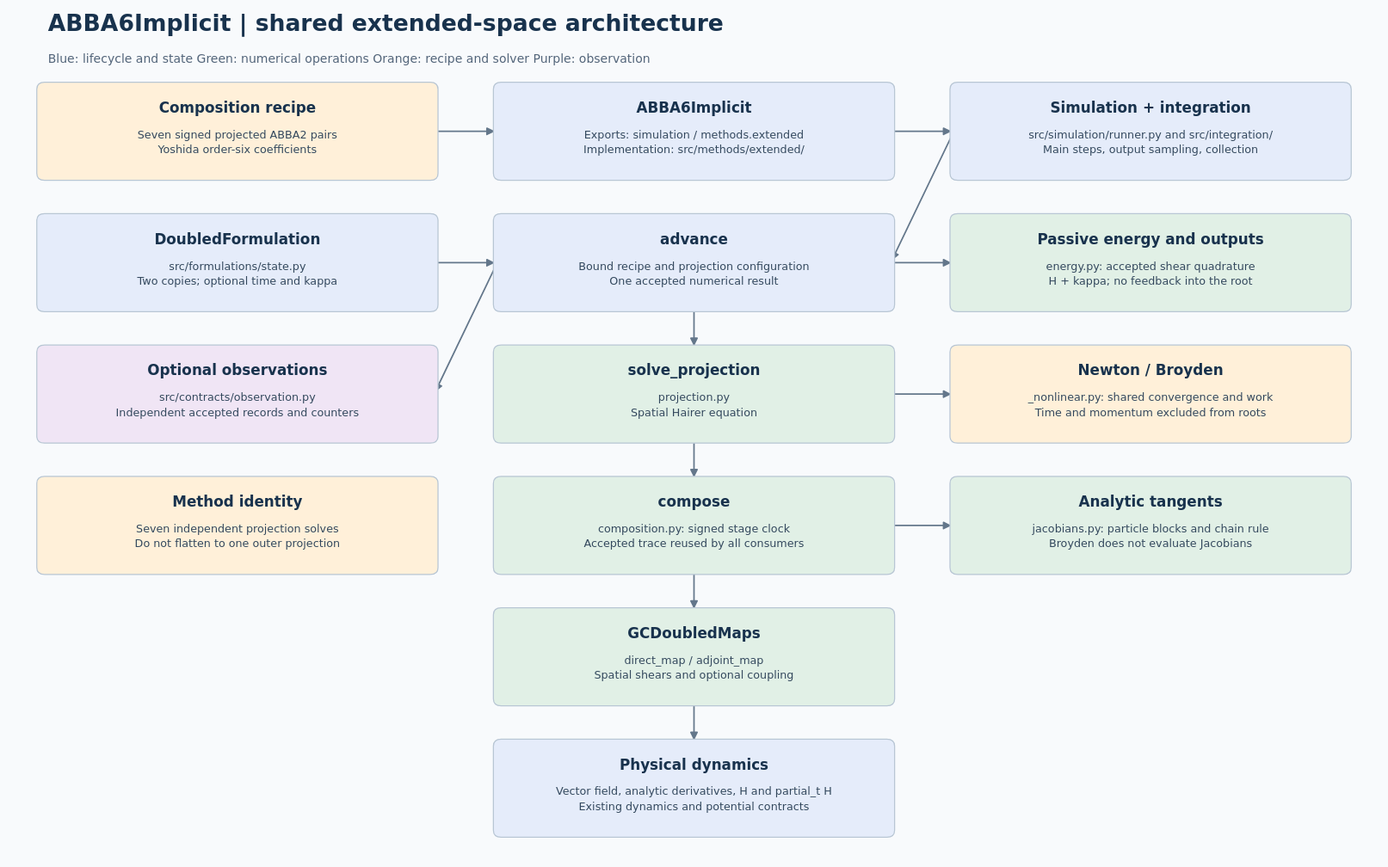
Jugibe-52/GC2D_intranet keeps this PlantUML diagram as docs/models/abba6-implicit/simulation/abba6-implicit-simulation-architecture.svg. Above is the earlier version. Its source is kept beside it as docs/models/abba6-implicit/simulation/abba6-implicit-simulation-architecture.puml.
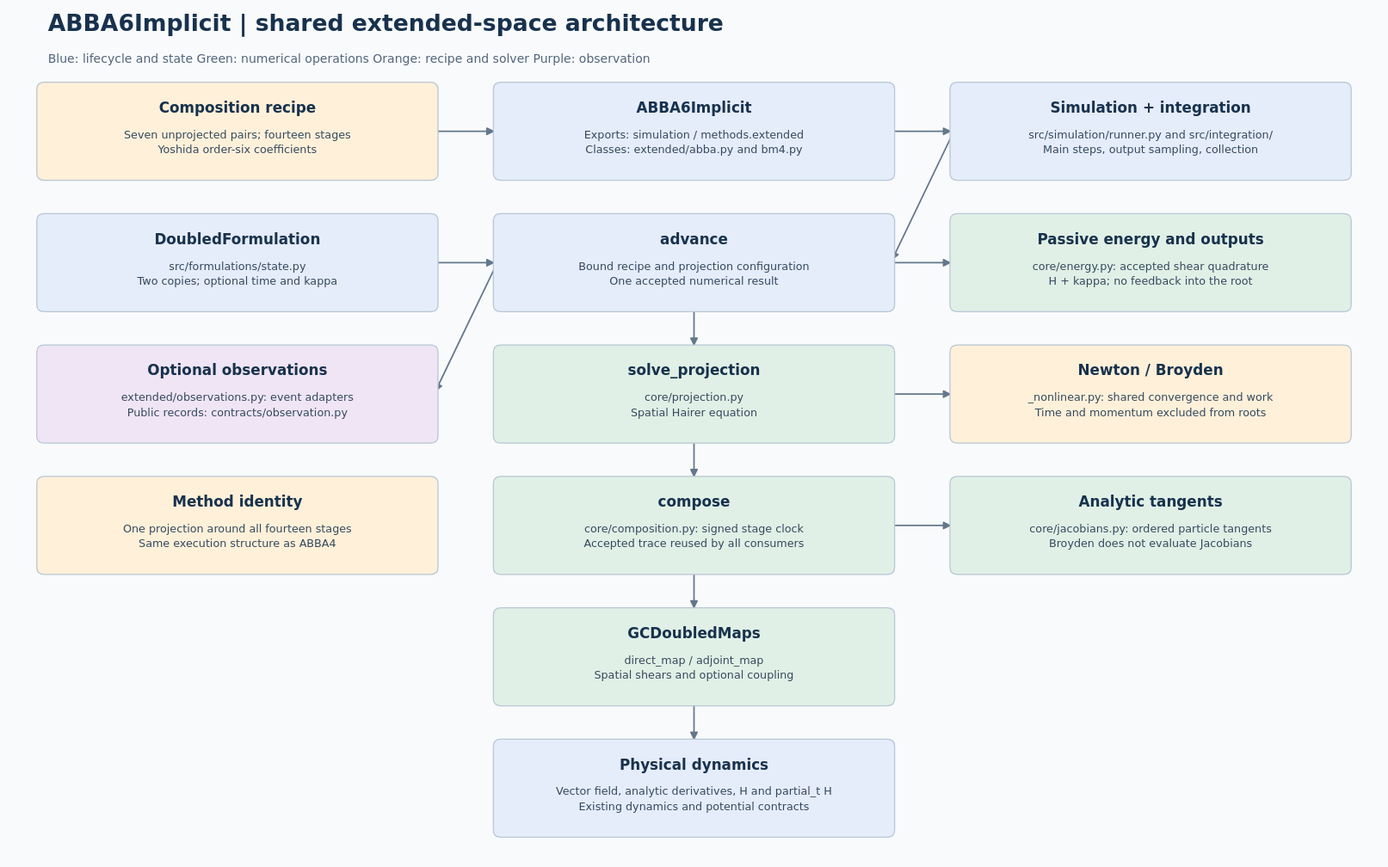
Above is the later version.

The edit, as a diff of the source:
```diff
@@ -2,18 +2,18 @@
 digraph architecture {
   graph [rankdir=TB, bgcolor="#f8fafc"];
   node [shape=box, style="rounded,filled", fontname="DejaVu Sans"];
-  recipe [label="Composition recipe\nSeven signed projected ABBA2 pairs\nYoshida order-six coefficients", fillcolor="#fff0d9"];
-  method [label="ABBA6Implicit\nExports: simulation / methods.extended\nImplementation: src/methods/extended/", fillcolor="#e5ecfa"];
+  recipe [label="Composition recipe\nSeven unprojected pairs; fourteen stages\nYoshida order-six coefficients", fillcolor="#fff0d9"];
+  method [label="ABBA6Implicit\nExports: simulation / methods.extended\nClasses: extended/abba.py and bm4.py", fillcolor="#e5ecfa"];
   driver [label="Simulation + integration\nsrc/simulation/runner.py and src/integration/\nMain steps, output sampling, collection", fillcolor="#e5ecfa"];
   state [label="DoubledFormulation\nsrc/formulations/state.py\nTwo copies; optional time and kappa", fillcolor="#e5ecfa"];
   advance [label="advance\nBound recipe and projection configuration\nOne accepted numerical result", fillcolor="#e5ecfa"];
-  energy [label="Passive energy and outputs\nenergy.py: accepted shear quadrature\nH + kappa; no feedback into the root", fillcolor="#e1f0e6"];
-  observe [label="Optional observations\nsrc/contracts/observation.py\nIndependent accepted records and counters", fillcolor="#f0e5f5"];
-  projection [label="solve_projection\nprojection.py\nSpatial Hairer equation", fillcolor="#e1f0e6"];
+  energy [label="Passive energy and outputs\ncore/energy.py: accepted shear quadrature\nH + kappa; no feedback into the root", fillcolor="#e1f0e6"];
+  observe [label="Optional observations\nextended/observations.py: event adapters\nPublic records: contracts/observation.py", fillcolor="#f0e5f5"];
+  projection [label="solve_projection\ncore/projection.py\nSpatial Hairer equation", fillcolor="#e1f0e6"];
   solver [label="Newton / Broyden\n_nonlinear.py: shared convergence and work\nTime and momentum excluded from roots", fillcolor="#fff0d9"];
-  placement [label="Method identity\nSeven independent projection solves\nDo not flatten to one outer projection", fillcolor="#fff0d9"];
-  compose [label="compose\ncomposition.py: signed stage clock\nAccepted trace reused by all consumers", fillcolor="#e1f0e6"];
-  tangent [label="Analytic tangents\njacobians.py: particle blocks and chain rule\nBroyden does not evaluate Jacobians", fillcolor="#e1f0e6"];
+  placement [label="Method identity\nOne projection around all fourteen stages\nSame execution structure as ABBA4", fillcolor="#fff0d9"];
+  compose [label="compose\ncore/composition.py: signed stage clock\nAccepted trace reused by all consumers", fillcolor="#e1f0e6"];
+  tangent [label="Analytic tangents\ncore/jacobians.py: ordered particle tangents\nBroyden does not evaluate Jacobians", fillcolor="#e1f0e6"];
   maps [label="GCDoubledMaps\ndirect_map / adjoint_map\nSpatial shears and optional coupling", fillcolor="#e1f0e6"];
   dynamics [label="Physical dynamics\nVector field, analytic derivatives, H and partial_t H\nExisting dynamics and potential contracts", fillcolor="#e5ecfa"];
   recipe -> method;
```
